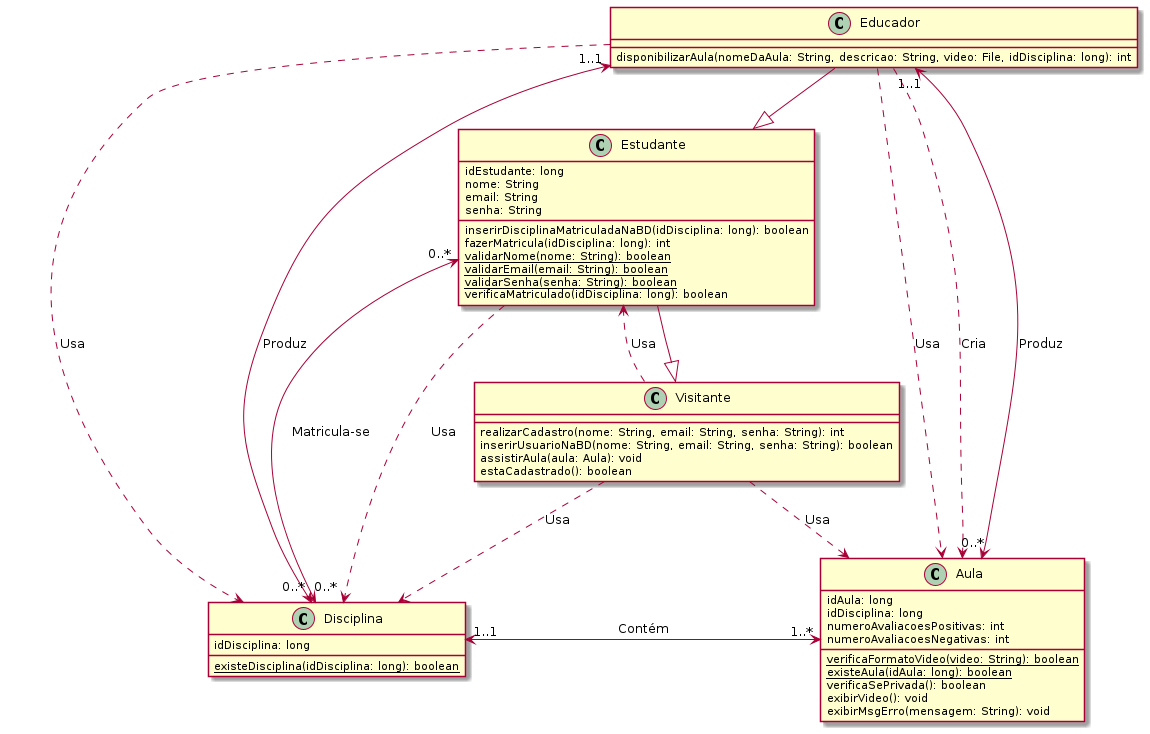
lucasg-mm/ensinet keeps this PlantUML diagram as diagrama_classes/out/diag_classes/diagrama_classes.png. Above is the earlier version.
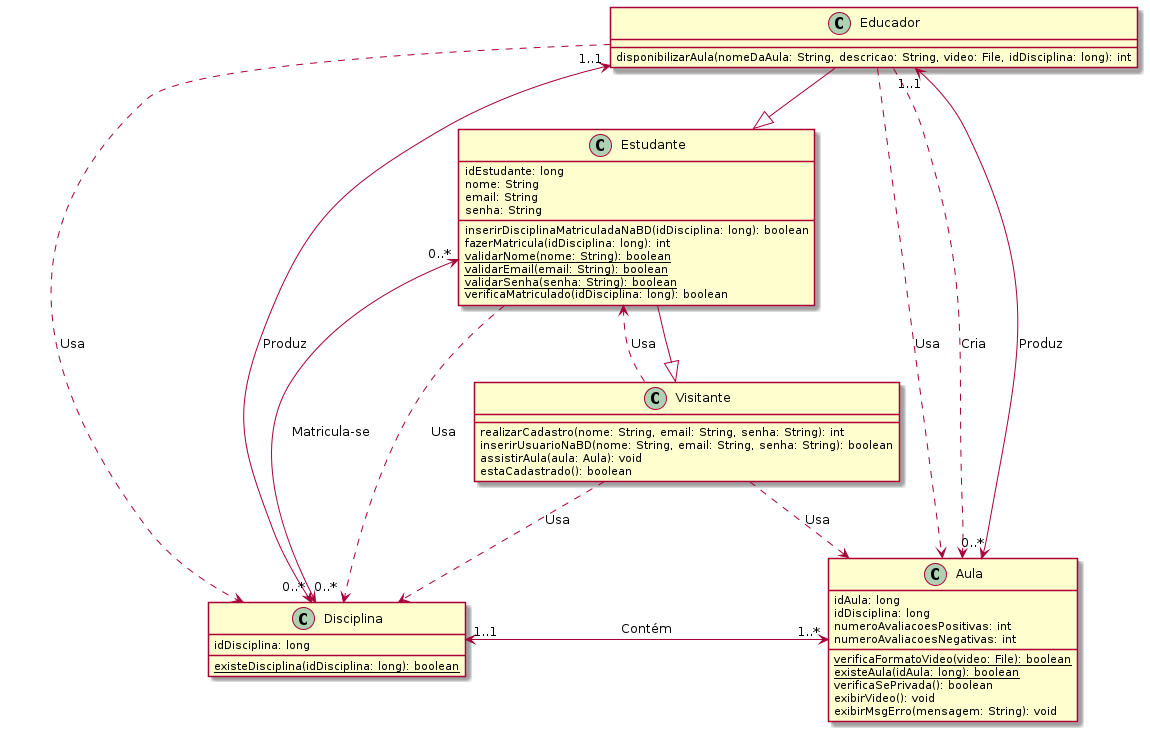
The same file after the commit.

Commit message:
Corrige pequeno erro no diagrama de classes

Change to the diagram source:
```diff
@@ -33,7 +33,7 @@
     idDisciplina: long
     numeroAvaliacoesPositivas: int
     numeroAvaliacoesNegativas: int
-    {static}verificaFormatoVideo(video: String): boolean
+    {static}verificaFormatoVideo(video: File): boolean
     {static}existeAula(idAula: long): boolean
     verificaSePrivada(): boolean
     exibirVideo(): void
```
